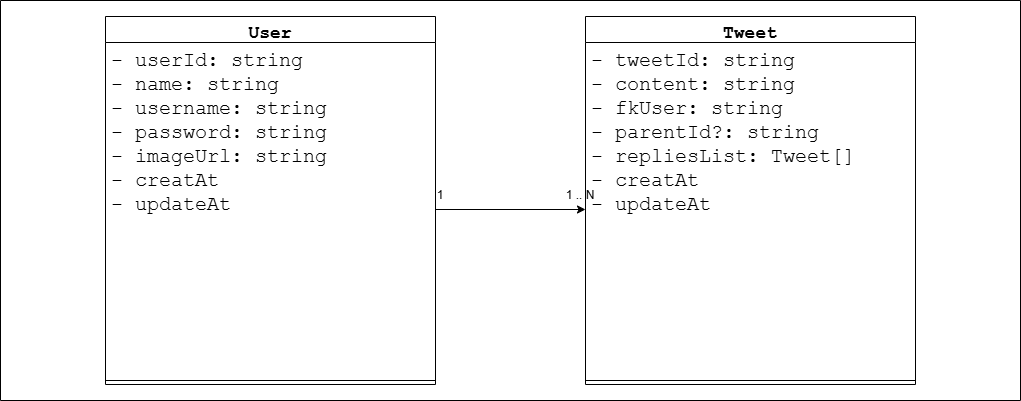
The draw.io diagram src/docs/images/uml-classe.png in danilohsaraiva/backend-social-network-api, before a commit. Source tidied: cells renumbered, new cells last; positions are measured from the earlier drawing's top-left corner, leaving out a move shared by most shapes.
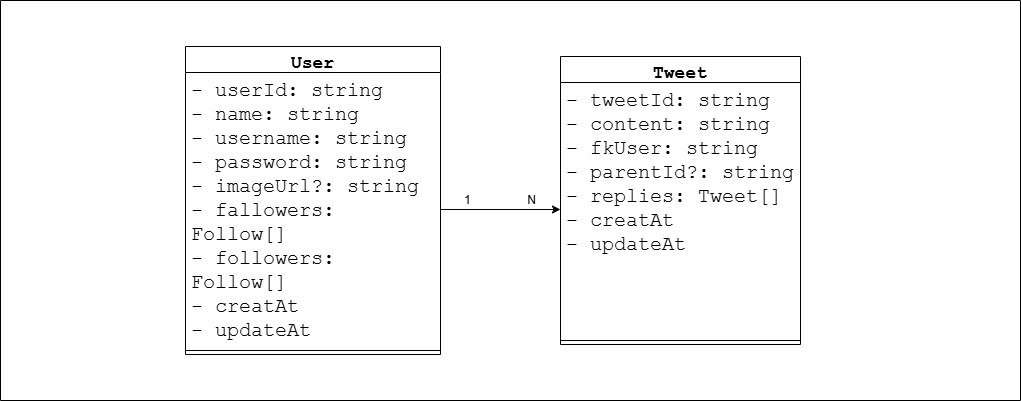
The same diagram one commit later.

The edit, as a diff of the source:
```diff
@@ -6,31 +6,28 @@
       <mxGeometry width="1020" height="400" as="geometry" />
     </mxCell>
     <mxCell id="3" value="&lt;font style=&quot;font-size: 18px;&quot; face=&quot;Courier New&quot;&gt;User&lt;/font&gt;" style="swimlane;fontStyle=1;align=center;verticalAlign=top;horizontal=1;startSize=26;whiteSpace=wrap;html=1;" parent="2" vertex="1">
-      <mxGeometry x="105" y="16" width="330" height="368" as="geometry" />
+      <mxGeometry x="185" y="46" width="255" height="308" as="geometry" />
     </mxCell>
-    <mxCell id="4" value="&lt;font style=&quot;font-size: 20px;&quot; face=&quot;Courier New&quot;&gt;- userId: string&lt;/font&gt;&lt;div&gt;&lt;font style=&quot;font-size: 20px;&quot; face=&quot;Courier New&quot;&gt;- name: string&lt;/font&gt;&lt;/div&gt;&lt;div&gt;&lt;font style=&quot;font-size: 20px;&quot; face=&quot;Courier New&quot;&gt;- username: string&lt;/font&gt;&lt;/div&gt;&lt;div&gt;&lt;font style=&quot;font-size: 20px;&quot; face=&quot;Courier New&quot;&gt;- password: string&lt;/font&gt;&lt;/div&gt;&lt;div&gt;&lt;font style=&quot;font-size: 20px;&quot; face=&quot;Courier New&quot;&gt;- imageUrl: string&lt;/font&gt;&lt;/div&gt;&lt;div&gt;&lt;font style=&quot;font-size: 20px;&quot; face=&quot;Courier New&quot;&gt;- creatAt&lt;br&gt;- updateAt&lt;/font&gt;&lt;/div&gt;" style="text;strokeColor=none;fillColor=none;align=left;verticalAlign=top;spacingLeft=4;spacingRight=4;overflow=hidden;points=[[0,0.5],[1,0.5]];portConstraint=eastwest;whiteSpace=wrap;html=1;" parent="3" vertex="1">
-      <mxGeometry y="26" width="330" height="334" as="geometry" />
+    <mxCell id="4" value="&lt;font style=&quot;font-size: 20px;&quot; face=&quot;Courier New&quot;&gt;- userId: string&lt;/font&gt;&lt;div&gt;&lt;font style=&quot;font-size: 20px;&quot; face=&quot;Courier New&quot;&gt;- name: string&lt;/font&gt;&lt;/div&gt;&lt;div&gt;&lt;font style=&quot;font-size: 20px;&quot; face=&quot;Courier New&quot;&gt;- username: string&lt;/font&gt;&lt;/div&gt;&lt;div&gt;&lt;font style=&quot;font-size: 20px;&quot; face=&quot;Courier New&quot;&gt;- password: string&lt;/font&gt;&lt;/div&gt;&lt;div&gt;&lt;font style=&quot;font-size: 20px;&quot; face=&quot;Courier New&quot;&gt;- imageUrl?: string&lt;/font&gt;&lt;/div&gt;&lt;div&gt;&lt;font style=&quot;font-size: 20px;&quot; face=&quot;Courier New&quot;&gt;- fallowers: Follow[]&lt;/font&gt;&lt;/div&gt;&lt;div&gt;&lt;font style=&quot;font-size: 20px;&quot; face=&quot;Courier New&quot;&gt;- followers: Follow[]&lt;/font&gt;&lt;/div&gt;&lt;div&gt;&lt;font style=&quot;font-size: 20px;&quot; face=&quot;Courier New&quot;&gt;- creatAt&lt;br&gt;- updateAt&lt;/font&gt;&lt;/div&gt;" style="text;strokeColor=none;fillColor=none;align=left;verticalAlign=top;spacingLeft=4;spacingRight=4;overflow=hidden;points=[[0,0.5],[1,0.5]];portConstraint=eastwest;whiteSpace=wrap;html=1;" parent="3" vertex="1">
+      <mxGeometry y="26" width="255" height="274" as="geometry" />
     </mxCell>
     <mxCell id="5" style="line;strokeWidth=1;fillColor=none;align=left;verticalAlign=middle;spacingTop=-1;spacingLeft=3;spacingRight=3;labelPosition=right;strokeColor=inherit;" parent="3" vertex="1">
-      <mxGeometry y="360" width="330" height="8" as="geometry" />
+      <mxGeometry y="300" width="255" height="8" as="geometry" />
     </mxCell>
     <mxCell id="6" value="&lt;font style=&quot;font-size: 18px;&quot; face=&quot;Courier New&quot;&gt;Tweet&lt;/font&gt;" style="swimlane;fontStyle=1;align=center;verticalAlign=top;horizontal=1;startSize=26;whiteSpace=wrap;html=1;" parent="2" vertex="1">
-      <mxGeometry x="585" y="16" width="330" height="368" as="geometry" />
+      <mxGeometry x="560" y="56" width="240" height="288" as="geometry" />
     </mxCell>
-    <mxCell id="7" value="&lt;font style=&quot;font-size: 20px;&quot; face=&quot;Courier New&quot;&gt;- tweetId: string&lt;/font&gt;&lt;div&gt;&lt;font style=&quot;font-size: 20px;&quot; face=&quot;Courier New&quot;&gt;- content: string&lt;/font&gt;&lt;/div&gt;&lt;div&gt;&lt;font style=&quot;font-size: 20px;&quot; face=&quot;Courier New&quot;&gt;- fkUser: string&lt;/font&gt;&lt;/div&gt;&lt;div&gt;&lt;font style=&quot;font-size: 20px;&quot; face=&quot;Courier New&quot;&gt;- parentId?: string&lt;/font&gt;&lt;/div&gt;&lt;div&gt;&lt;font style=&quot;font-size: 20px;&quot; face=&quot;Courier New&quot;&gt;- repliesList: Tweet[]&lt;/font&gt;&lt;/div&gt;&lt;div&gt;&lt;font style=&quot;font-size: 20px;&quot; face=&quot;Courier New&quot;&gt;- creatAt&lt;br&gt;- updateAt&lt;/font&gt;&lt;/div&gt;&lt;div&gt;&lt;br&gt;&lt;/div&gt;" style="text;strokeColor=none;fillColor=none;align=left;verticalAlign=top;spacingLeft=4;spacingRight=4;overflow=hidden;points=[[0,0.5],[1,0.5]];portConstraint=eastwest;whiteSpace=wrap;html=1;" parent="6" vertex="1">
-      <mxGeometry y="26" width="330" height="334" as="geometry" />
+    <mxCell id="7" value="&lt;font style=&quot;font-size: 20px;&quot; face=&quot;Courier New&quot;&gt;- tweetId: string&lt;/font&gt;&lt;div&gt;&lt;font style=&quot;font-size: 20px;&quot; face=&quot;Courier New&quot;&gt;- content: string&lt;/font&gt;&lt;/div&gt;&lt;div&gt;&lt;font style=&quot;font-size: 20px;&quot; face=&quot;Courier New&quot;&gt;- fkUser: string&lt;/font&gt;&lt;/div&gt;&lt;div&gt;&lt;font style=&quot;font-size: 20px;&quot; face=&quot;Courier New&quot;&gt;- parentId?: string&lt;/font&gt;&lt;/div&gt;&lt;div&gt;&lt;font style=&quot;font-size: 20px;&quot; face=&quot;Courier New&quot;&gt;- replies: Tweet[]&lt;/font&gt;&lt;/div&gt;&lt;div&gt;&lt;font style=&quot;font-size: 20px;&quot; face=&quot;Courier New&quot;&gt;- creatAt&lt;br&gt;- updateAt&lt;/font&gt;&lt;/div&gt;&lt;div&gt;&lt;br&gt;&lt;/div&gt;" style="text;strokeColor=none;fillColor=none;align=left;verticalAlign=top;spacingLeft=4;spacingRight=4;overflow=hidden;points=[[0,0.5],[1,0.5]];portConstraint=eastwest;whiteSpace=wrap;html=1;" parent="6" vertex="1">
+      <mxGeometry y="26" width="240" height="254" as="geometry" />
     </mxCell>
     <mxCell id="8" style="line;strokeWidth=1;fillColor=none;align=left;verticalAlign=middle;spacingTop=-1;spacingLeft=3;spacingRight=3;labelPosition=right;strokeColor=inherit;" parent="6" vertex="1">
-      <mxGeometry y="360" width="330" height="8" as="geometry" />
+      <mxGeometry y="280" width="240" height="8" as="geometry" />
     </mxCell>
     <mxCell id="9" style="edgeStyle=orthogonalEdgeStyle;rounded=0;jettySize=auto;html=1;" parent="2" edge="1" source="4" target="7">
       <mxGeometry relative="1" as="geometry" />
     </mxCell>
-    <mxCell id="10" value="1" style="text;html=1;whiteSpace=wrap;strokeColor=none;fillColor=none;align=center;verticalAlign=middle;rounded=0;" parent="2" vertex="1">
-      <mxGeometry x="410" y="180" width="60" height="30" as="geometry" />
-    </mxCell>
-    <mxCell id="11" value="1 .. N" style="text;html=1;whiteSpace=wrap;strokeColor=none;fillColor=none;align=center;verticalAlign=middle;rounded=0;" parent="2" vertex="1">
-      <mxGeometry x="550" y="180" width="60" height="30" as="geometry" />
-    </mxCell>
+    <mxCell id="12" value="1&amp;nbsp; &amp;nbsp; &amp;nbsp; &amp;nbsp; &amp;nbsp; &amp;nbsp; &amp;nbsp; &amp;nbsp; &amp;nbsp;N" style="text;html=1;whiteSpace=wrap;strokeColor=none;fillColor=none;align=center;verticalAlign=middle;rounded=0;" parent="2" vertex="1">
+      <mxGeometry x="450" y="185" width="100" height="30" as="geometry" />
+    </mxCell>
   </root>
 </mxGraphModel>
```
